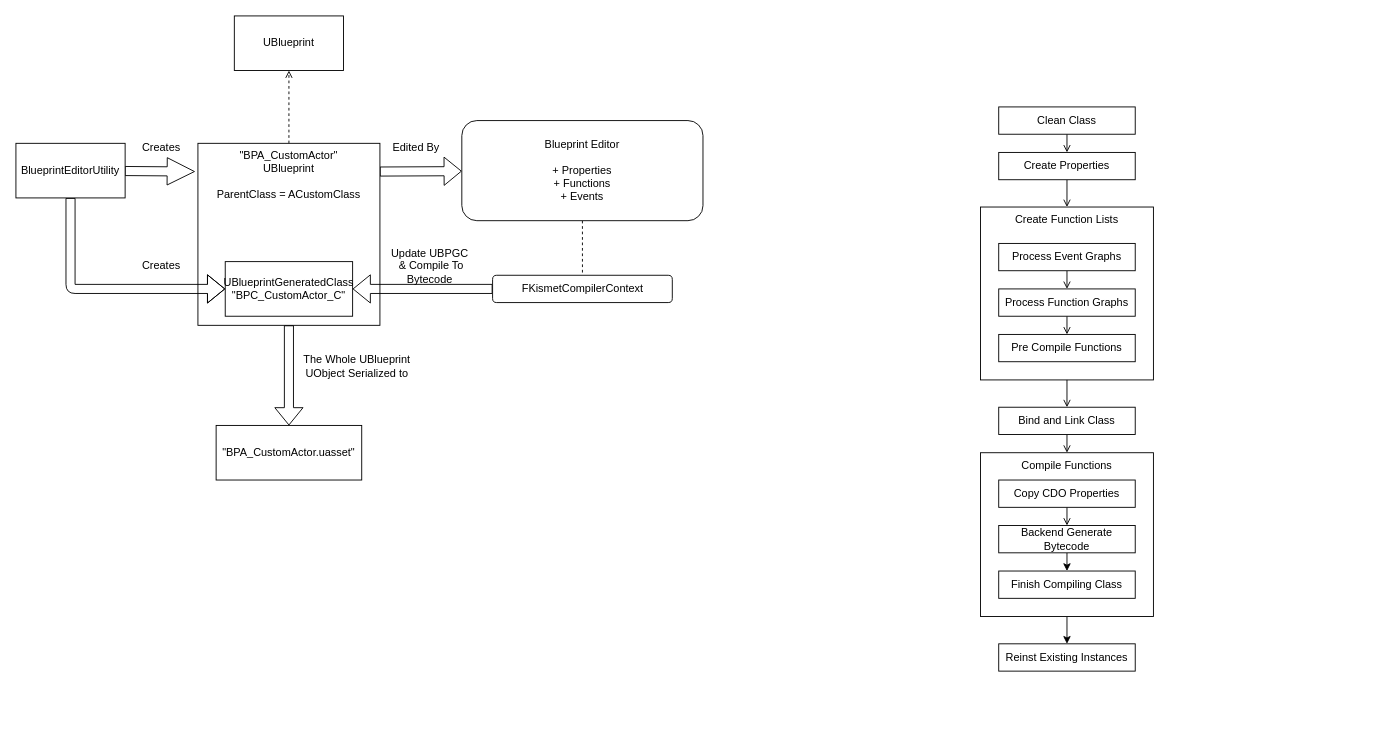
Earlier version of the draw.io diagram assets/img/post-data/unreal/engine/bpvm-bytecode/bytecode.drawio (reforia/reforia.github.io). Source tidied: cells renumbered, new cells numbered last; positions are measured from the earlier drawing's top-left corner, leaving out a move shared by most shapes. Both pictures are drawn from the tidied source at 91%, with x=0, y=0 at pixel (15, 15).
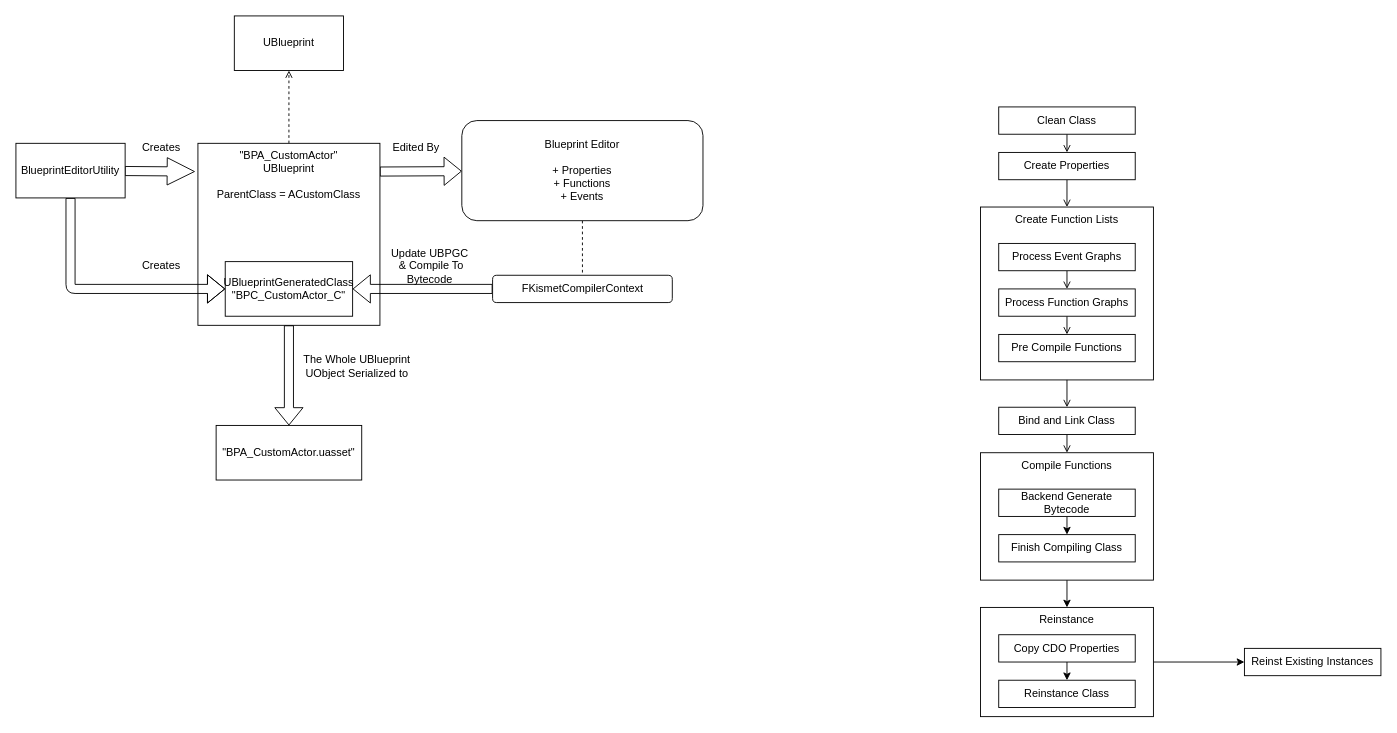
Above is the later version.

Commit message (it also covers changes not shown here):
Update bytecode diagram and enhance documentation clarity for the Reinstance process

What changed in the source:
```diff
@@
+    <mxCell id="43" style="edgeStyle=none;html=1;entryX=0;entryY=0.5;entryDx=0;entryDy=0;" parent="1" edge="1" source="44" target="42">
+      <mxGeometry relative="1" as="geometry" />
+    </mxCell>
+    <mxCell id="44" value="Reinstance" style="rounded=0;whiteSpace=wrap;html=1;verticalAlign=top;" parent="1" vertex="1">
+      <mxGeometry x="1060" y="650" width="190" height="120" as="geometry" />
+    </mxCell>
@@
-    <mxCell id="29" style="edgeStyle=none;html=1;" parent="1" edge="1" source="30" target="42">
+    <mxCell id="29" style="edgeStyle=none;html=1;entryX=0.5;entryY=0;entryDx=0;entryDy=0;" parent="1" edge="1" source="30" target="44">
       <mxGeometry relative="1" as="geometry" />
     </mxCell>
     <mxCell id="30" value="Compile Functions" style="rounded=0;whiteSpace=wrap;html=1;verticalAlign=top;" parent="1" vertex="1">
-      <mxGeometry x="1060" y="480" width="190" height="180" as="geometry" />
+      <mxGeometry x="1060" y="480" width="190" height="140" as="geometry" />
     </mxCell>
     <mxCell id="31" value="Finish Compiling Class" style="rounded=0;whiteSpace=wrap;html=1;" parent="1" vertex="1">
-      <mxGeometry x="1080" y="610" width="150" height="30" as="geometry" />
+      <mxGeometry x="1080" y="570" width="150" height="30" as="geometry" />
     </mxCell>
@@
     <mxCell id="39" value="Backend Generate Bytecode" style="rounded=0;whiteSpace=wrap;html=1;" parent="1" vertex="1">
-      <mxGeometry x="1080" y="560" width="150" height="30" as="geometry" />
+      <mxGeometry x="1080" y="520" width="150" height="30" as="geometry" />
     </mxCell>
-    <mxCell id="40" style="edgeStyle=none;html=1;endArrow=open;endFill=0;entryX=0.5;entryY=0;entryDx=0;entryDy=0;" parent="1" edge="1" source="41" target="39">
-      <mxGeometry relative="1" as="geometry">
-        <Array as="points">
-          <mxPoint x="1155" y="560" />
-        </Array>
-      </mxGeometry>
-    </mxCell>
+    <mxCell id="45" style="edgeStyle=none;html=1;" parent="1" edge="1" source="41" target="46">
+      <mxGeometry relative="1" as="geometry" />
+    </mxCell>
     <mxCell id="41" value="Copy CDO Properties" style="rounded=0;whiteSpace=wrap;html=1;" parent="1" vertex="1">
-      <mxGeometry x="1080" y="510" width="150" height="30" as="geometry" />
+      <mxGeometry x="1080" y="680" width="150" height="30" as="geometry" />
     </mxCell>
     <mxCell id="42" value="Reinst Existing Instances" style="rounded=0;whiteSpace=wrap;html=1;" parent="1" vertex="1">
-      <mxGeometry x="1080" y="690" width="150" height="30" as="geometry" />
+      <mxGeometry x="1350" y="695" width="150" height="30" as="geometry" />
     </mxCell>
+    <mxCell id="46" value="Reinstance Class" style="rounded=0;whiteSpace=wrap;html=1;" parent="1" vertex="1">
+      <mxGeometry x="1080" y="730" width="150" height="30" as="geometry" />
+    </mxCell>
```
